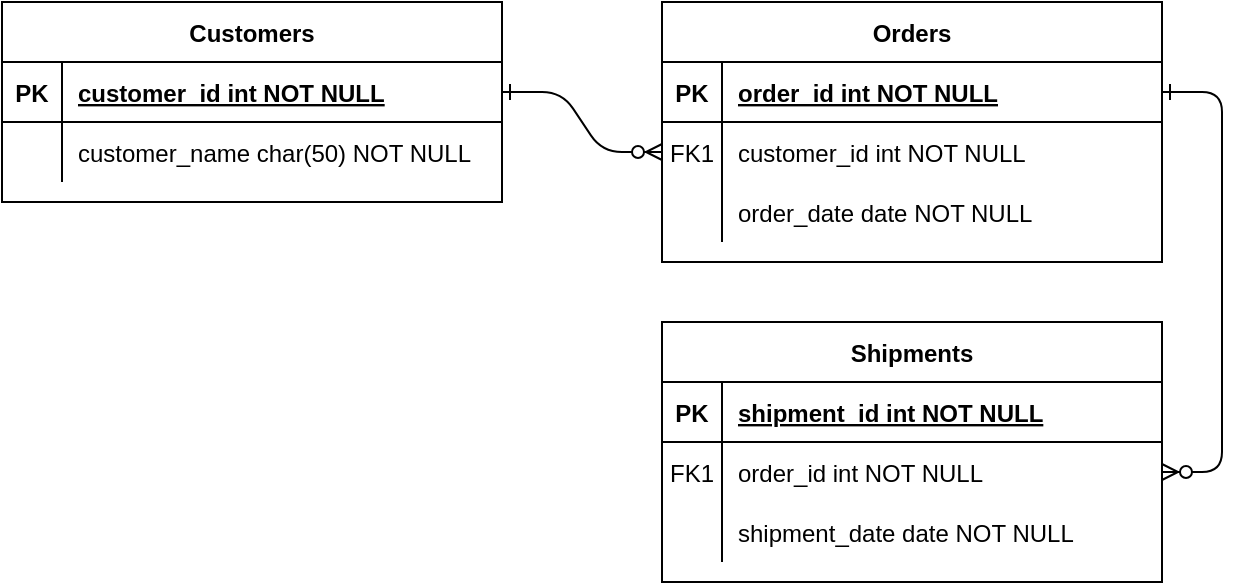
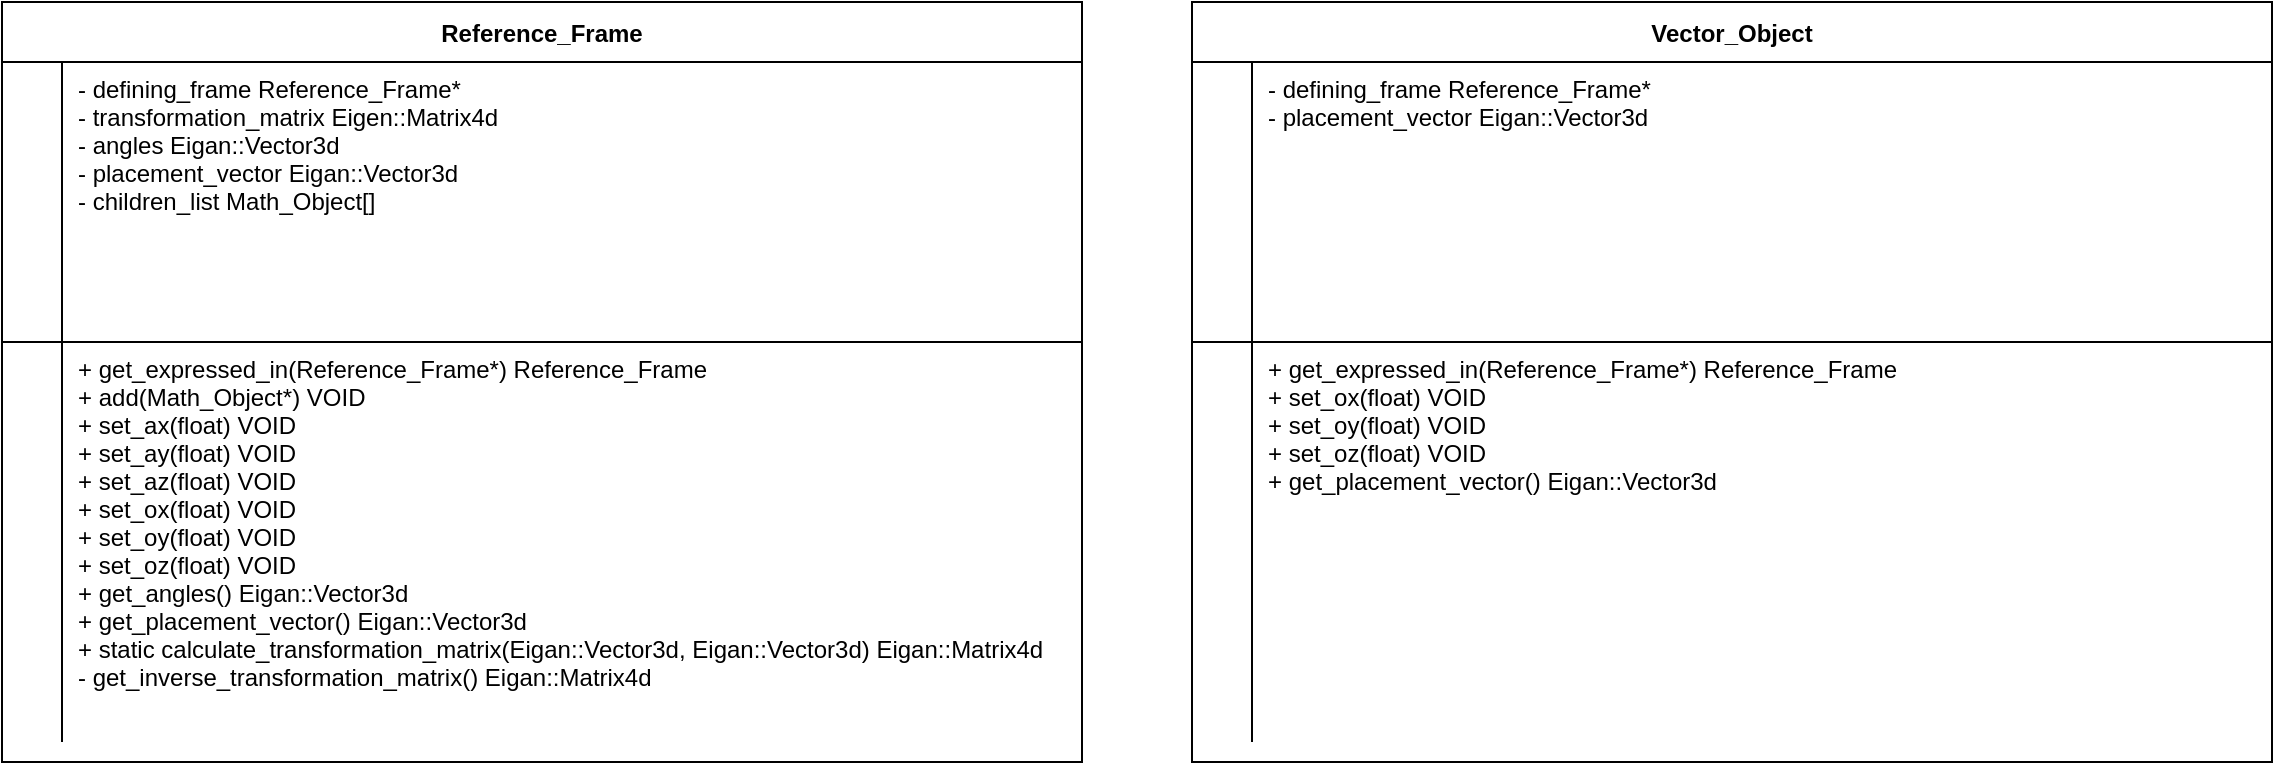
- <mxfile host="app.diagrams.net" modified="2024-06-25T00:02:28.451Z" agent="Mozilla/5.0 (Windows NT 10.0; Win64; x64) AppleWebKit/537.36 (KHTML, like Gecko) Chrome/126.0.0.0 Safari/537.36" etag="pEavSjYDtBouAz2W60Tj" version="24.6.2" type="github">
+ <mxfile host="app.diagrams.net" modified="2024-06-26T15:47:48.266Z" agent="Mozilla/5.0 (Windows NT 10.0; Win64; x64) AppleWebKit/537.36 (KHTML, like Gecko) Chrome/126.0.0.0 Safari/537.36" etag="6ZbomfikL4To9pAd70EW" version="24.6.2" type="github">
  <diagram id="R2lEEEUBdFMjLlhIrx00" name="Page-1">
-     <mxGraphModel dx="1223" dy="797" grid="1" gridSize="10" guides="1" tooltips="1" connect="1" arrows="1" fold="1" page="1" pageScale="1" pageWidth="850" pageHeight="1100" math="0" shadow="0" extFonts="Permanent Marker^https://fonts.googleapis.com/css?family=Permanent+Marker">
+     <mxGraphModel dx="1167" dy="580" grid="1" gridSize="10" guides="1" tooltips="1" connect="1" arrows="1" fold="1" page="1" pageScale="1" pageWidth="850" pageHeight="1100" math="0" shadow="0" extFonts="Permanent Marker^https://fonts.googleapis.com/css?family=Permanent+Marker">
      <root>
        <mxCell id="0" />
        <mxCell id="1" parent="0" />
-         <mxCell id="C-vyLk0tnHw3VtMMgP7b-1" value="" style="edgeStyle=entityRelationEdgeStyle;endArrow=ERzeroToMany;startArrow=ERone;endFill=1;startFill=0;" parent="1" source="C-vyLk0tnHw3VtMMgP7b-24" target="C-vyLk0tnHw3VtMMgP7b-6" edge="1">
-           <mxGeometry width="100" height="100" relative="1" as="geometry">
-             <mxPoint x="340" y="720" as="sourcePoint" />
-             <mxPoint x="440" y="620" as="targetPoint" />
+         <mxCell id="C-vyLk0tnHw3VtMMgP7b-23" value="Reference_Frame" style="shape=table;startSize=30;container=1;collapsible=1;childLayout=tableLayout;fixedRows=1;rowLines=0;fontStyle=1;align=center;resizeLast=1;" parent="1" vertex="1">
+           <mxGeometry x="155" y="10" width="540" height="380" as="geometry">
+             <mxRectangle x="20" y="120" width="140" height="30" as="alternateBounds" />
          </mxGeometry>
        </mxCell>
-         <mxCell id="C-vyLk0tnHw3VtMMgP7b-12" value="" style="edgeStyle=entityRelationEdgeStyle;endArrow=ERzeroToMany;startArrow=ERone;endFill=1;startFill=0;" parent="1" source="C-vyLk0tnHw3VtMMgP7b-3" target="C-vyLk0tnHw3VtMMgP7b-17" edge="1">
-           <mxGeometry width="100" height="100" relative="1" as="geometry">
-             <mxPoint x="400" y="180" as="sourcePoint" />
-             <mxPoint x="460" y="205" as="targetPoint" />
+         <mxCell id="C-vyLk0tnHw3VtMMgP7b-24" value="" style="shape=partialRectangle;collapsible=0;dropTarget=0;pointerEvents=0;fillColor=none;points=[[0,0.5],[1,0.5]];portConstraint=eastwest;top=0;left=0;right=0;bottom=1;" parent="C-vyLk0tnHw3VtMMgP7b-23" vertex="1">
+           <mxGeometry y="30" width="540" height="140" as="geometry" />
+         </mxCell>
+         <mxCell id="C-vyLk0tnHw3VtMMgP7b-25" value="" style="shape=partialRectangle;overflow=hidden;connectable=0;fillColor=none;top=0;left=0;bottom=0;right=0;fontStyle=1;" parent="C-vyLk0tnHw3VtMMgP7b-24" vertex="1">
+           <mxGeometry width="30" height="140" as="geometry">
+             <mxRectangle width="30" height="140" as="alternateBounds" />
          </mxGeometry>
        </mxCell>
-         <mxCell id="C-vyLk0tnHw3VtMMgP7b-2" value="Orders" style="shape=table;startSize=30;container=1;collapsible=1;childLayout=tableLayout;fixedRows=1;rowLines=0;fontStyle=1;align=center;resizeLast=1;" parent="1" vertex="1">
-           <mxGeometry x="450" y="120" width="250" height="130" as="geometry" />
-         </mxCell>
-         <mxCell id="C-vyLk0tnHw3VtMMgP7b-3" value="" style="shape=partialRectangle;collapsible=0;dropTarget=0;pointerEvents=0;fillColor=none;points=[[0,0.5],[1,0.5]];portConstraint=eastwest;top=0;left=0;right=0;bottom=1;" parent="C-vyLk0tnHw3VtMMgP7b-2" vertex="1">
-           <mxGeometry y="30" width="250" height="30" as="geometry" />
-         </mxCell>
-         <mxCell id="C-vyLk0tnHw3VtMMgP7b-4" value="PK" style="shape=partialRectangle;overflow=hidden;connectable=0;fillColor=none;top=0;left=0;bottom=0;right=0;fontStyle=1;" parent="C-vyLk0tnHw3VtMMgP7b-3" vertex="1">
-           <mxGeometry width="30" height="30" as="geometry" />
-         </mxCell>
-         <mxCell id="C-vyLk0tnHw3VtMMgP7b-5" value="order_id int NOT NULL " style="shape=partialRectangle;overflow=hidden;connectable=0;fillColor=none;top=0;left=0;bottom=0;right=0;align=left;spacingLeft=6;fontStyle=5;" parent="C-vyLk0tnHw3VtMMgP7b-3" vertex="1">
-           <mxGeometry x="30" width="220" height="30" as="geometry" />
-         </mxCell>
-         <mxCell id="C-vyLk0tnHw3VtMMgP7b-6" value="" style="shape=partialRectangle;collapsible=0;dropTarget=0;pointerEvents=0;fillColor=none;points=[[0,0.5],[1,0.5]];portConstraint=eastwest;top=0;left=0;right=0;bottom=0;" parent="C-vyLk0tnHw3VtMMgP7b-2" vertex="1">
-           <mxGeometry y="60" width="250" height="30" as="geometry" />
-         </mxCell>
-         <mxCell id="C-vyLk0tnHw3VtMMgP7b-7" value="FK1" style="shape=partialRectangle;overflow=hidden;connectable=0;fillColor=none;top=0;left=0;bottom=0;right=0;" parent="C-vyLk0tnHw3VtMMgP7b-6" vertex="1">
-           <mxGeometry width="30" height="30" as="geometry" />
-         </mxCell>
-         <mxCell id="C-vyLk0tnHw3VtMMgP7b-8" value="customer_id int NOT NULL" style="shape=partialRectangle;overflow=hidden;connectable=0;fillColor=none;top=0;left=0;bottom=0;right=0;align=left;spacingLeft=6;" parent="C-vyLk0tnHw3VtMMgP7b-6" vertex="1">
-           <mxGeometry x="30" width="220" height="30" as="geometry" />
-         </mxCell>
-         <mxCell id="C-vyLk0tnHw3VtMMgP7b-9" value="" style="shape=partialRectangle;collapsible=0;dropTarget=0;pointerEvents=0;fillColor=none;points=[[0,0.5],[1,0.5]];portConstraint=eastwest;top=0;left=0;right=0;bottom=0;" parent="C-vyLk0tnHw3VtMMgP7b-2" vertex="1">
-           <mxGeometry y="90" width="250" height="30" as="geometry" />
-         </mxCell>
-         <mxCell id="C-vyLk0tnHw3VtMMgP7b-10" value="" style="shape=partialRectangle;overflow=hidden;connectable=0;fillColor=none;top=0;left=0;bottom=0;right=0;" parent="C-vyLk0tnHw3VtMMgP7b-9" vertex="1">
-           <mxGeometry width="30" height="30" as="geometry" />
-         </mxCell>
-         <mxCell id="C-vyLk0tnHw3VtMMgP7b-11" value="order_date date NOT NULL" style="shape=partialRectangle;overflow=hidden;connectable=0;fillColor=none;top=0;left=0;bottom=0;right=0;align=left;spacingLeft=6;" parent="C-vyLk0tnHw3VtMMgP7b-9" vertex="1">
-           <mxGeometry x="30" width="220" height="30" as="geometry" />
-         </mxCell>
-         <mxCell id="C-vyLk0tnHw3VtMMgP7b-13" value="Shipments" style="shape=table;startSize=30;container=1;collapsible=1;childLayout=tableLayout;fixedRows=1;rowLines=0;fontStyle=1;align=center;resizeLast=1;" parent="1" vertex="1">
-           <mxGeometry x="450" y="280" width="250" height="130" as="geometry" />
-         </mxCell>
-         <mxCell id="C-vyLk0tnHw3VtMMgP7b-14" value="" style="shape=partialRectangle;collapsible=0;dropTarget=0;pointerEvents=0;fillColor=none;points=[[0,0.5],[1,0.5]];portConstraint=eastwest;top=0;left=0;right=0;bottom=1;" parent="C-vyLk0tnHw3VtMMgP7b-13" vertex="1">
-           <mxGeometry y="30" width="250" height="30" as="geometry" />
-         </mxCell>
-         <mxCell id="C-vyLk0tnHw3VtMMgP7b-15" value="PK" style="shape=partialRectangle;overflow=hidden;connectable=0;fillColor=none;top=0;left=0;bottom=0;right=0;fontStyle=1;" parent="C-vyLk0tnHw3VtMMgP7b-14" vertex="1">
-           <mxGeometry width="30" height="30" as="geometry" />
-         </mxCell>
-         <mxCell id="C-vyLk0tnHw3VtMMgP7b-16" value="shipment_id int NOT NULL " style="shape=partialRectangle;overflow=hidden;connectable=0;fillColor=none;top=0;left=0;bottom=0;right=0;align=left;spacingLeft=6;fontStyle=5;" parent="C-vyLk0tnHw3VtMMgP7b-14" vertex="1">
-           <mxGeometry x="30" width="220" height="30" as="geometry" />
-         </mxCell>
-         <mxCell id="C-vyLk0tnHw3VtMMgP7b-17" value="" style="shape=partialRectangle;collapsible=0;dropTarget=0;pointerEvents=0;fillColor=none;points=[[0,0.5],[1,0.5]];portConstraint=eastwest;top=0;left=0;right=0;bottom=0;" parent="C-vyLk0tnHw3VtMMgP7b-13" vertex="1">
-           <mxGeometry y="60" width="250" height="30" as="geometry" />
-         </mxCell>
-         <mxCell id="C-vyLk0tnHw3VtMMgP7b-18" value="FK1" style="shape=partialRectangle;overflow=hidden;connectable=0;fillColor=none;top=0;left=0;bottom=0;right=0;" parent="C-vyLk0tnHw3VtMMgP7b-17" vertex="1">
-           <mxGeometry width="30" height="30" as="geometry" />
-         </mxCell>
-         <mxCell id="C-vyLk0tnHw3VtMMgP7b-19" value="order_id int NOT NULL" style="shape=partialRectangle;overflow=hidden;connectable=0;fillColor=none;top=0;left=0;bottom=0;right=0;align=left;spacingLeft=6;" parent="C-vyLk0tnHw3VtMMgP7b-17" vertex="1">
-           <mxGeometry x="30" width="220" height="30" as="geometry" />
-         </mxCell>
-         <mxCell id="C-vyLk0tnHw3VtMMgP7b-20" value="" style="shape=partialRectangle;collapsible=0;dropTarget=0;pointerEvents=0;fillColor=none;points=[[0,0.5],[1,0.5]];portConstraint=eastwest;top=0;left=0;right=0;bottom=0;" parent="C-vyLk0tnHw3VtMMgP7b-13" vertex="1">
-           <mxGeometry y="90" width="250" height="30" as="geometry" />
-         </mxCell>
-         <mxCell id="C-vyLk0tnHw3VtMMgP7b-21" value="" style="shape=partialRectangle;overflow=hidden;connectable=0;fillColor=none;top=0;left=0;bottom=0;right=0;" parent="C-vyLk0tnHw3VtMMgP7b-20" vertex="1">
-           <mxGeometry width="30" height="30" as="geometry" />
-         </mxCell>
-         <mxCell id="C-vyLk0tnHw3VtMMgP7b-22" value="shipment_date date NOT NULL" style="shape=partialRectangle;overflow=hidden;connectable=0;fillColor=none;top=0;left=0;bottom=0;right=0;align=left;spacingLeft=6;" parent="C-vyLk0tnHw3VtMMgP7b-20" vertex="1">
-           <mxGeometry x="30" width="220" height="30" as="geometry" />
-         </mxCell>
-         <mxCell id="C-vyLk0tnHw3VtMMgP7b-23" value="Customers" style="shape=table;startSize=30;container=1;collapsible=1;childLayout=tableLayout;fixedRows=1;rowLines=0;fontStyle=1;align=center;resizeLast=1;" parent="1" vertex="1">
-           <mxGeometry x="120" y="120" width="250" height="100" as="geometry" />
-         </mxCell>
-         <mxCell id="C-vyLk0tnHw3VtMMgP7b-24" value="" style="shape=partialRectangle;collapsible=0;dropTarget=0;pointerEvents=0;fillColor=none;points=[[0,0.5],[1,0.5]];portConstraint=eastwest;top=0;left=0;right=0;bottom=1;" parent="C-vyLk0tnHw3VtMMgP7b-23" vertex="1">
-           <mxGeometry y="30" width="250" height="30" as="geometry" />
-         </mxCell>
-         <mxCell id="C-vyLk0tnHw3VtMMgP7b-25" value="PK" style="shape=partialRectangle;overflow=hidden;connectable=0;fillColor=none;top=0;left=0;bottom=0;right=0;fontStyle=1;" parent="C-vyLk0tnHw3VtMMgP7b-24" vertex="1">
-           <mxGeometry width="30" height="30" as="geometry" />
-         </mxCell>
-         <mxCell id="C-vyLk0tnHw3VtMMgP7b-26" value="customer_id int NOT NULL " style="shape=partialRectangle;overflow=hidden;connectable=0;fillColor=none;top=0;left=0;bottom=0;right=0;align=left;spacingLeft=6;fontStyle=5;" parent="C-vyLk0tnHw3VtMMgP7b-24" vertex="1">
-           <mxGeometry x="30" width="220" height="30" as="geometry" />
+         <mxCell id="C-vyLk0tnHw3VtMMgP7b-26" value="- defining_frame Reference_Frame*&#xa;- transformation_matrix Eigen::Matrix4d&#xa;- angles Eigan::Vector3d&#xa;- placement_vector Eigan::Vector3d&#xa;- children_list Math_Object[]" style="shape=partialRectangle;overflow=hidden;connectable=0;fillColor=none;top=0;left=0;bottom=0;right=0;align=left;spacingLeft=6;fontStyle=0;verticalAlign=top;" parent="C-vyLk0tnHw3VtMMgP7b-24" vertex="1">
+           <mxGeometry x="30" width="510" height="140" as="geometry">
+             <mxRectangle width="510" height="140" as="alternateBounds" />
+           </mxGeometry>
        </mxCell>
        <mxCell id="C-vyLk0tnHw3VtMMgP7b-27" value="" style="shape=partialRectangle;collapsible=0;dropTarget=0;pointerEvents=0;fillColor=none;points=[[0,0.5],[1,0.5]];portConstraint=eastwest;top=0;left=0;right=0;bottom=0;" parent="C-vyLk0tnHw3VtMMgP7b-23" vertex="1">
-           <mxGeometry y="60" width="250" height="30" as="geometry" />
+           <mxGeometry y="170" width="540" height="200" as="geometry" />
        </mxCell>
        <mxCell id="C-vyLk0tnHw3VtMMgP7b-28" value="" style="shape=partialRectangle;overflow=hidden;connectable=0;fillColor=none;top=0;left=0;bottom=0;right=0;" parent="C-vyLk0tnHw3VtMMgP7b-27" vertex="1">
-           <mxGeometry width="30" height="30" as="geometry" />
+           <mxGeometry width="30" height="200" as="geometry">
+             <mxRectangle width="30" height="200" as="alternateBounds" />
+           </mxGeometry>
        </mxCell>
-         <mxCell id="C-vyLk0tnHw3VtMMgP7b-29" value="customer_name char(50) NOT NULL" style="shape=partialRectangle;overflow=hidden;connectable=0;fillColor=none;top=0;left=0;bottom=0;right=0;align=left;spacingLeft=6;" parent="C-vyLk0tnHw3VtMMgP7b-27" vertex="1">
-           <mxGeometry x="30" width="220" height="30" as="geometry" />
+         <mxCell id="C-vyLk0tnHw3VtMMgP7b-29" value="+ get_expressed_in(Reference_Frame*) Reference_Frame&#xa;+ add(Math_Object*) VOID&#xa;+ set_ax(float) VOID&#xa;+ set_ay(float) VOID&#xa;+ set_az(float) VOID&#xa;+ set_ox(float) VOID&#xa;+ set_oy(float) VOID&#xa;+ set_oz(float) VOID&#xa;+ get_angles() Eigan::Vector3d&#xa;+ get_placement_vector() Eigan::Vector3d&#xa;+ static calculate_transformation_matrix(Eigan::Vector3d, Eigan::Vector3d) Eigan::Matrix4d&#xa;- get_inverse_transformation_matrix() Eigan::Matrix4d" style="shape=partialRectangle;overflow=hidden;connectable=0;fillColor=none;top=0;left=0;bottom=0;right=0;align=left;spacingLeft=6;verticalAlign=top;" parent="C-vyLk0tnHw3VtMMgP7b-27" vertex="1">
+           <mxGeometry x="30" width="510" height="200" as="geometry">
+             <mxRectangle width="510" height="200" as="alternateBounds" />
+           </mxGeometry>
+         </mxCell>
+         <mxCell id="okh86VpJrS4wdpOfNebr-8" value="Vector_Object" style="shape=table;startSize=30;container=1;collapsible=1;childLayout=tableLayout;fixedRows=1;rowLines=0;fontStyle=1;align=center;resizeLast=1;" vertex="1" parent="1">
+           <mxGeometry x="750" y="10" width="540" height="380" as="geometry">
+             <mxRectangle x="20" y="120" width="140" height="30" as="alternateBounds" />
+           </mxGeometry>
+         </mxCell>
+         <mxCell id="okh86VpJrS4wdpOfNebr-9" value="" style="shape=partialRectangle;collapsible=0;dropTarget=0;pointerEvents=0;fillColor=none;points=[[0,0.5],[1,0.5]];portConstraint=eastwest;top=0;left=0;right=0;bottom=1;" vertex="1" parent="okh86VpJrS4wdpOfNebr-8">
+           <mxGeometry y="30" width="540" height="140" as="geometry" />
+         </mxCell>
+         <mxCell id="okh86VpJrS4wdpOfNebr-10" value="" style="shape=partialRectangle;overflow=hidden;connectable=0;fillColor=none;top=0;left=0;bottom=0;right=0;fontStyle=1;" vertex="1" parent="okh86VpJrS4wdpOfNebr-9">
+           <mxGeometry width="30" height="140" as="geometry">
+             <mxRectangle width="30" height="140" as="alternateBounds" />
+           </mxGeometry>
+         </mxCell>
+         <mxCell id="okh86VpJrS4wdpOfNebr-11" value="- defining_frame Reference_Frame*&#xa;- placement_vector Eigan::Vector3d" style="shape=partialRectangle;overflow=hidden;connectable=0;fillColor=none;top=0;left=0;bottom=0;right=0;align=left;spacingLeft=6;fontStyle=0;verticalAlign=top;" vertex="1" parent="okh86VpJrS4wdpOfNebr-9">
+           <mxGeometry x="30" width="510" height="140" as="geometry">
+             <mxRectangle width="510" height="140" as="alternateBounds" />
+           </mxGeometry>
+         </mxCell>
+         <mxCell id="okh86VpJrS4wdpOfNebr-12" value="" style="shape=partialRectangle;collapsible=0;dropTarget=0;pointerEvents=0;fillColor=none;points=[[0,0.5],[1,0.5]];portConstraint=eastwest;top=0;left=0;right=0;bottom=0;" vertex="1" parent="okh86VpJrS4wdpOfNebr-8">
+           <mxGeometry y="170" width="540" height="200" as="geometry" />
+         </mxCell>
+         <mxCell id="okh86VpJrS4wdpOfNebr-13" value="" style="shape=partialRectangle;overflow=hidden;connectable=0;fillColor=none;top=0;left=0;bottom=0;right=0;" vertex="1" parent="okh86VpJrS4wdpOfNebr-12">
+           <mxGeometry width="30" height="200" as="geometry">
+             <mxRectangle width="30" height="200" as="alternateBounds" />
+           </mxGeometry>
+         </mxCell>
+         <mxCell id="okh86VpJrS4wdpOfNebr-14" value="+ get_expressed_in(Reference_Frame*) Reference_Frame&#xa;+ set_ox(float) VOID&#xa;+ set_oy(float) VOID&#xa;+ set_oz(float) VOID&#xa;+ get_placement_vector() Eigan::Vector3d&#xa;" style="shape=partialRectangle;overflow=hidden;connectable=0;fillColor=none;top=0;left=0;bottom=0;right=0;align=left;spacingLeft=6;verticalAlign=top;" vertex="1" parent="okh86VpJrS4wdpOfNebr-12">
+           <mxGeometry x="30" width="510" height="200" as="geometry">
+             <mxRectangle width="510" height="200" as="alternateBounds" />
+           </mxGeometry>
        </mxCell>
      </root>
    </mxGraphModel>
  </diagram>
</mxfile>
